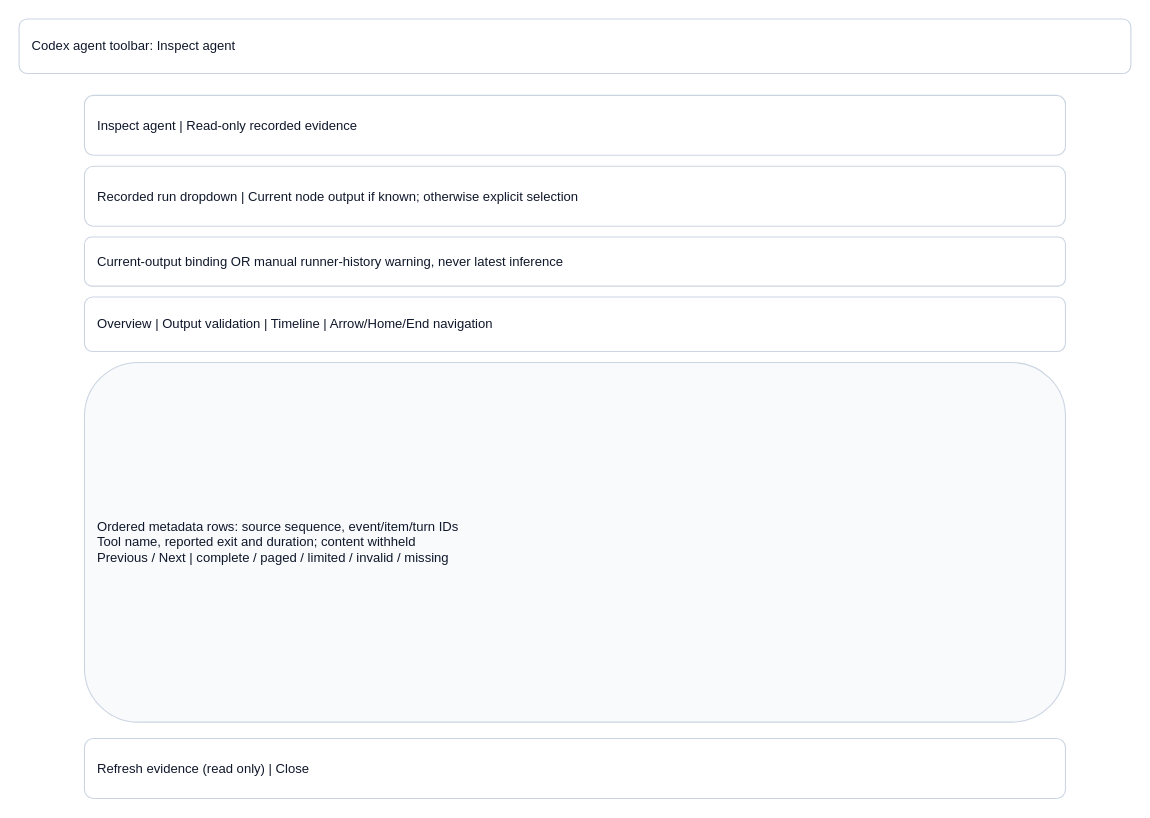
amadou-6e/specs keeps this draw.io diagram as page "Timeline" (3 of 4) of projects/laomedo/subsystems/langflow-integration/design/agent-inspection.drawio. Above is the earlier version. Source tidied: cells renumbered, new cells numbered last; positions are measured from the earlier drawing's top-left corner, leaving out a move shared by most shapes. Both pictures are drawn from the tidied source at 109%, with x=0, y=0 at pixel (19, 19).
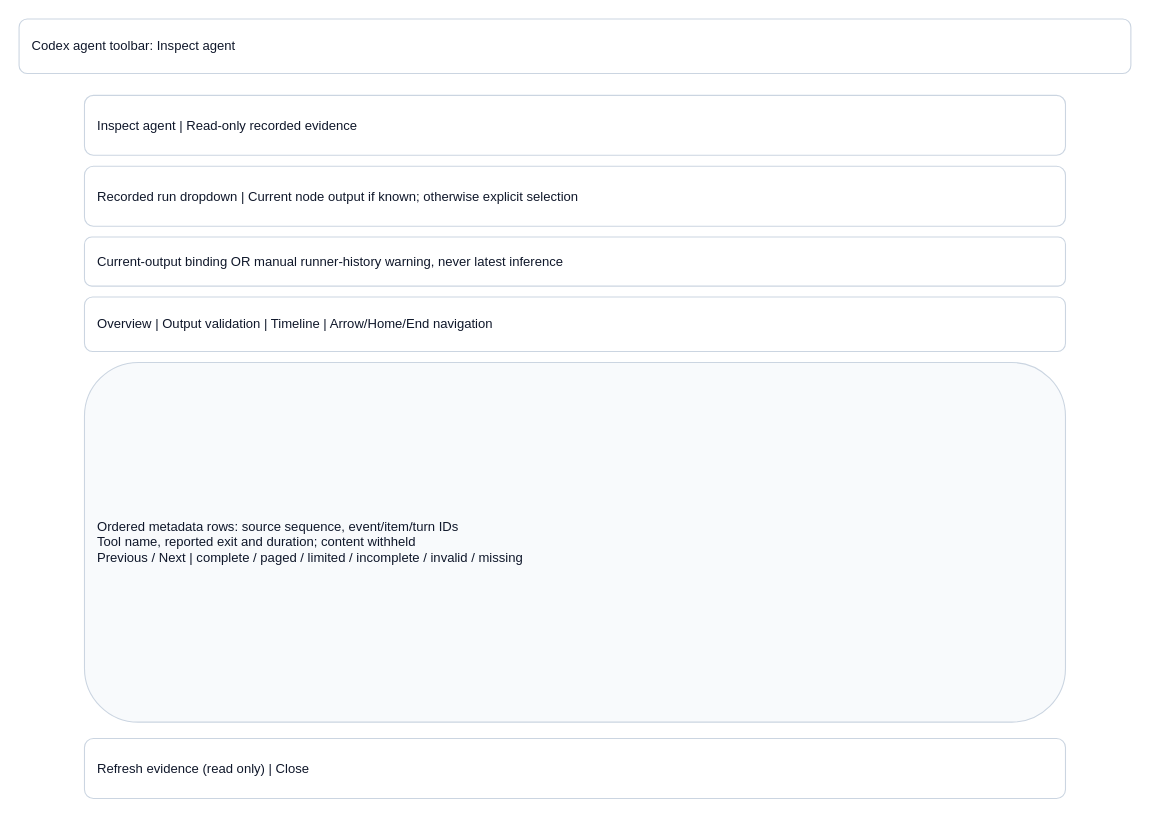
The same diagram, later.

Commit message:
docs: show incomplete trace state in inspection workshop

Change to the diagram source:
```diff
@@
 <mxGraphModel>
   <root>
     <mxCell id="0" />
     <mxCell id="1" parent="0" />
     <mxCell id="2" value="Codex agent toolbar: Inspect agent" style="rounded=1;whiteSpace=wrap;html=1;fillColor=#ffffff;strokeColor=#cbd5e1;fontColor=#0f172a;align=left;spacing=12;" parent="1" vertex="1">
       <mxGeometry width="1020" height="50" as="geometry" />
     </mxCell>
     <mxCell id="3" value="Inspect agent | Read-only recorded evidence" style="rounded=1;whiteSpace=wrap;html=1;fillColor=#ffffff;strokeColor=#cbd5e1;fontColor=#0f172a;align=left;spacing=12;" parent="1" vertex="1">
       <mxGeometry x="60" y="70" width="900" height="55" as="geometry" />
     </mxCell>
     <mxCell id="4" value="Recorded run dropdown | Current node output if known; otherwise explicit selection" style="rounded=1;whiteSpace=wrap;html=1;fillColor=#ffffff;strokeColor=#cbd5e1;fontColor=#0f172a;align=left;spacing=12;" parent="1" vertex="1">
       <mxGeometry x="60" y="135" width="900" height="55" as="geometry" />
     </mxCell>
     <mxCell id="5" value="Current-output binding OR manual runner-history warning, never latest inference" style="rounded=1;whiteSpace=wrap;html=1;fillColor=#ffffff;strokeColor=#cbd5e1;fontColor=#0f172a;align=left;spacing=12;" parent="1" vertex="1">
       <mxGeometry x="60" y="200" width="900" height="45" as="geometry" />
     </mxCell>
     <mxCell id="6" value="Overview | Output validation | Timeline | Arrow/Home/End navigation" style="rounded=1;whiteSpace=wrap;html=1;fillColor=#ffffff;strokeColor=#cbd5e1;fontColor=#0f172a;align=left;spacing=12;" parent="1" vertex="1">
       <mxGeometry x="60" y="255" width="900" height="50" as="geometry" />
     </mxCell>
-    <mxCell id="7" value="Ordered metadata rows: source sequence, event/item/turn IDs&#10;Tool name, reported exit and duration; content withheld&#10;Previous / Next | complete / paged / limited / invalid / missing" style="rounded=1;whiteSpace=wrap;html=1;fillColor=#f8fafc;strokeColor=#cbd5e1;fontColor=#0f172a;align=left;spacing=12;" parent="1" vertex="1">
+    <mxCell id="7" value="Ordered metadata rows: source sequence, event/item/turn IDs&#10;Tool name, reported exit and duration; content withheld&#10;Previous / Next | complete / paged / limited / incomplete / invalid / missing" style="rounded=1;whiteSpace=wrap;html=1;fillColor=#f8fafc;strokeColor=#cbd5e1;fontColor=#0f172a;align=left;spacing=12;" parent="1" vertex="1">
       <mxGeometry x="60" y="315" width="900" height="330" as="geometry" />
     </mxCell>
     <mxCell id="8" value="Refresh evidence (read only) | Close" style="rounded=1;whiteSpace=wrap;html=1;fillColor=#ffffff;strokeColor=#cbd5e1;fontColor=#0f172a;align=left;spacing=12;" parent="1" vertex="1">
       <mxGeometry x="60" y="660" width="900" height="55" as="geometry" />
     </mxCell>
   </root>
 </mxGraphModel>
```
